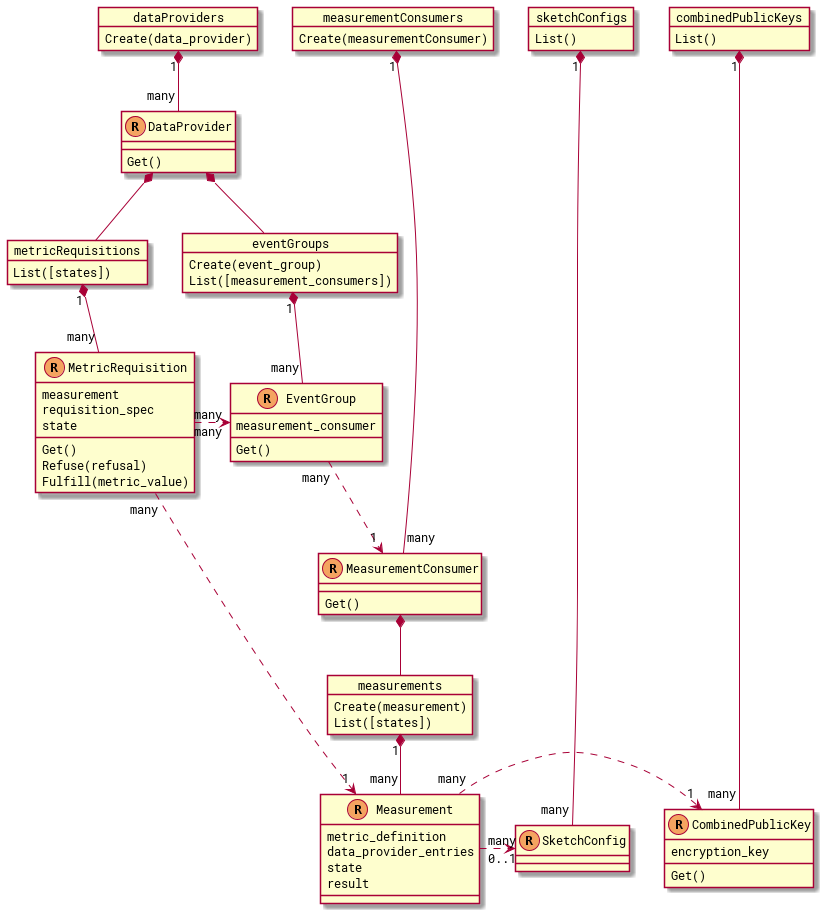
world-federation-of-advertisers/experimental keeps this PlantUML diagram as cross-media-measurement-api/docs/diagrams/api_resources.png. Above is the earlier version. Its source is kept beside it as cross-media-measurement-api/docs/diagrams/api_resources.pu.
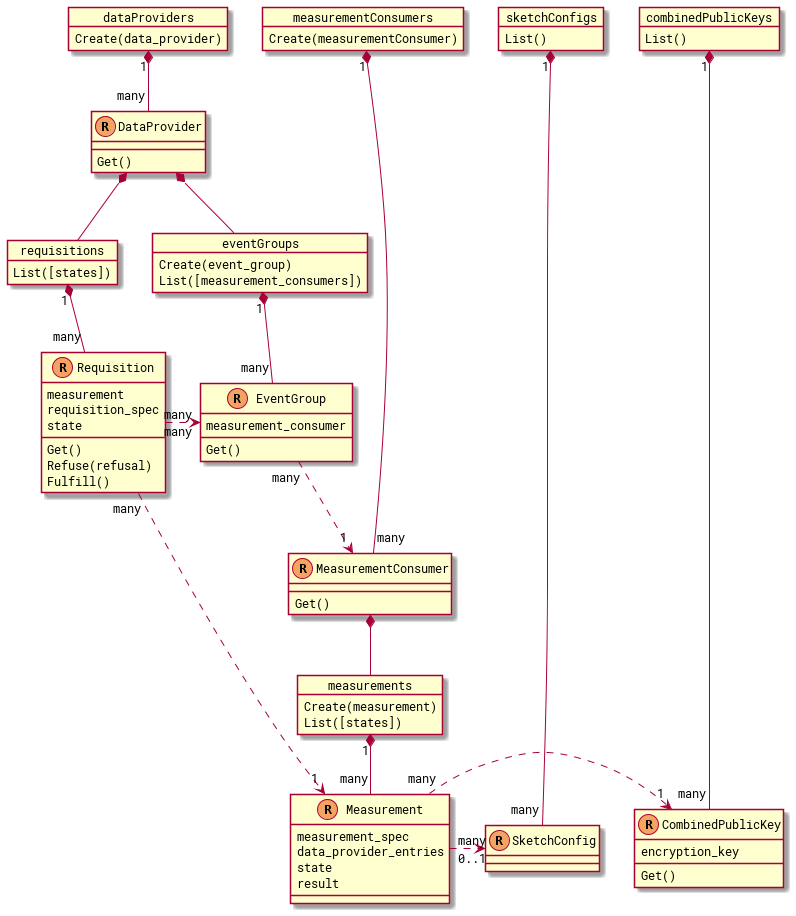
Above is the later version.

Commit message:
Update API resources diagram with latest names.

What changed in the source:
```diff
@@ -26,7 +26,7 @@
   Get()
 }
 resource(Measurement) {
-  metric_definition
+  measurement_spec
   data_provider_entries
   state
   result
@@ -47,7 +47,7 @@
   }
 }
 
-collection(metricRequisitions, MetricRequisition) {
+collection(requisitions, Requisition) {
   List([states])
 }
 collection(eventGroups, EventGroup) {
@@ -59,13 +59,13 @@
   List([states])
 }
 
-resource(MetricRequisition) {
+resource(Requisition) {
   measurement
   requisition_spec
   state
   Get()
   Refuse(refusal)
-  Fulfill(metric_value)
+  Fulfill()
 }
 resource(EventGroup) {
   measurement_consumer
@@ -73,11 +73,11 @@
 }
 
 DataProvider *-- eventGroups
-DataProvider *-- metricRequisitions
+DataProvider *-- requisitions
 EventGroup "many" ..> "1" MeasurementConsumer
 
-MetricRequisition "many" .> "many" EventGroup
-MetricRequisition "many" .> "1" Measurement
+Requisition "many" .> "many" EventGroup
+Requisition "many" .> "1" Measurement
 
 MeasurementConsumer *-- measurements
 Measurement "many" .> "1" CombinedPublicKey
```
